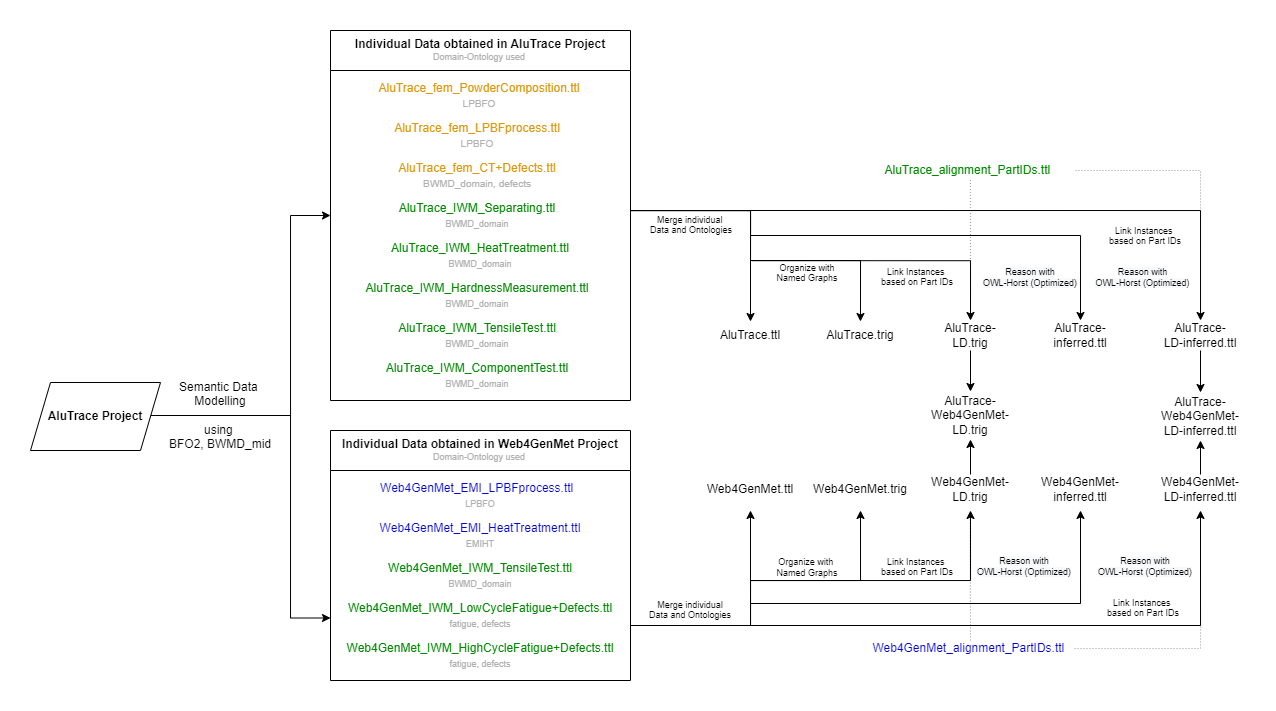
This is doc/Datafiles.png from Mat-O-Lab/AluTrace-Data-and-Documentation, a draw.io export, as it was before one commit. Source tidied: cells renumbered, new cells last; positions are measured from the earlier drawing's top-left corner, leaving out a move shared by most shapes.
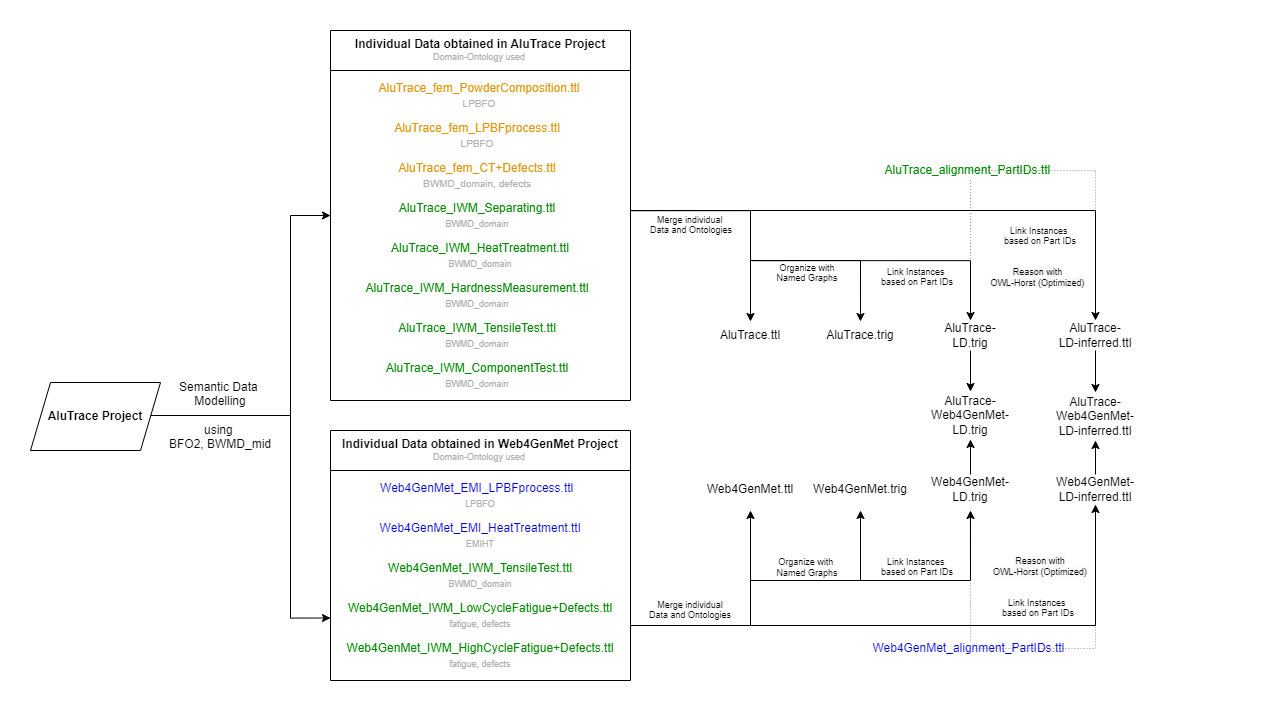
After the change.

The edit, as a diff of the source:
```diff
@@ -7,18 +7,19 @@
     </mxCell>
     <mxCell id="3" style="endArrow=none;html=1;rounded=0;fontSize=9;dashed=1;dashPattern=1 2;strokeColor=#999999;" parent="1" edge="1">
       <mxGeometry relative="1" as="geometry">
-        <mxPoint x="1200" y="250" as="sourcePoint" />
-        <mxPoint x="1075" y="170" as="targetPoint" />
+        <mxPoint x="1095" y="250" as="sourcePoint" />
+        <mxPoint x="970" y="170" as="targetPoint" />
         <Array as="points">
-          <mxPoint x="1200" y="170" />
+          <mxPoint x="1095" y="170" />
         </Array>
       </mxGeometry>
     </mxCell>
-    <mxCell id="4" style="endArrow=none;html=1;rounded=0;fontSize=9;dashed=1;dashPattern=1 2;strokeColor=#999999;" parent="1" edge="1" target="59">
+    <mxCell id="4" style="endArrow=none;html=1;rounded=0;fontSize=9;dashed=1;dashPattern=1 2;strokeColor=#999999;" parent="1" edge="1">
       <mxGeometry relative="1" as="geometry">
-        <mxPoint x="1200" y="530" as="sourcePoint" />
+        <mxPoint x="1095" y="530" as="sourcePoint" />
+        <mxPoint x="967" y="648" as="targetPoint" />
         <Array as="points">
-          <mxPoint x="1200" y="648" />
+          <mxPoint x="1095" y="648" />
         </Array>
       </mxGeometry>
     </mxCell>
@@ -134,18 +135,8 @@
     <mxCell id="31" value="Web4GenMet.ttl" style="text;html=1;strokeColor=none;fillColor=none;align=center;verticalAlign=middle;whiteSpace=wrap;rounded=0;" parent="1" vertex="1">
       <mxGeometry x="690" y="474" width="120" height="30" as="geometry" />
     </mxCell>
-    <mxCell id="32" style="edgeStyle=orthogonalEdgeStyle;rounded=0;orthogonalLoop=1;jettySize=auto;html=1;fontColor=#000000;" parent="1" edge="1">
-      <mxGeometry relative="1" as="geometry">
-        <mxPoint x="750" y="622" as="sourcePoint" />
-        <mxPoint x="1080" y="510" as="targetPoint" />
-        <Array as="points">
-          <mxPoint x="750" y="603" />
-          <mxPoint x="1080" y="603" />
-        </Array>
-      </mxGeometry>
-    </mxCell>
     <mxCell id="33" value="&lt;div style=&quot;font-size: 9px&quot;&gt;Link Instances &lt;br&gt;based on Part IDs&lt;/div&gt;&lt;span style=&quot;font-size: 9px&quot;&gt;&lt;br&gt;&lt;/span&gt;" style="text;html=1;strokeColor=none;fillColor=none;align=center;verticalAlign=middle;whiteSpace=wrap;rounded=0;fontColor=#000000;" parent="1" vertex="1">
-      <mxGeometry x="1087.5" y="590" width="110" height="50" as="geometry" />
+      <mxGeometry x="982.5" y="590" width="110" height="50" as="geometry" />
     </mxCell>
     <mxCell id="34" value="&lt;font face=&quot;helvetica&quot;&gt;Organize with&amp;nbsp;&lt;br&gt;&lt;/font&gt;Named Graphs" style="text;whiteSpace=wrap;html=1;fontSize=9;align=center;" parent="1" vertex="1">
       <mxGeometry x="747" y="550" width="120" height="30" as="geometry" />
@@ -165,9 +156,6 @@
     <mxCell id="36" value="Web4GenMet.trig" style="text;html=1;strokeColor=none;fillColor=none;align=center;verticalAlign=middle;whiteSpace=wrap;rounded=0;" parent="1" vertex="1">
       <mxGeometry x="800" y="474" width="120" height="30" as="geometry" />
     </mxCell>
-    <mxCell id="37" value="Web4GenMet-&lt;br&gt;inferred.ttl" style="text;html=1;strokeColor=none;fillColor=none;align=center;verticalAlign=middle;whiteSpace=wrap;rounded=0;" parent="1" vertex="1">
-      <mxGeometry x="1005" y="474" width="150" height="30" as="geometry" />
-    </mxCell>
     <mxCell id="38" value="AluTrace.trig" style="text;html=1;strokeColor=none;fillColor=none;align=center;verticalAlign=middle;whiteSpace=wrap;rounded=0;" parent="1" vertex="1">
       <mxGeometry x="800" y="320" width="120" height="30" as="geometry" />
     </mxCell>
@@ -194,12 +182,6 @@
         </Array>
       </mxGeometry>
     </mxCell>
-    <mxCell id="42" value="&lt;span style=&quot;color: rgb(0 , 0 , 0) ; font-family: &amp;#34;helvetica&amp;#34; ; font-size: 9px ; font-style: normal ; font-weight: 400 ; letter-spacing: normal ; text-indent: 0px ; text-transform: none ; word-spacing: 0px ; background-color: rgb(248 , 249 , 250) ; display: inline ; float: none&quot;&gt;Reason with&lt;br&gt;OWL-Horst (Optimized)&lt;/span&gt;" style="text;whiteSpace=wrap;html=1;fontSize=9;align=center;" parent="1" vertex="1">
-      <mxGeometry x="969" y="549" width="110" height="30" as="geometry" />
-    </mxCell>
-    <mxCell id="43" value="AluTrace-&lt;br&gt;inferred.ttl" style="text;html=1;strokeColor=none;fillColor=none;align=center;verticalAlign=middle;whiteSpace=wrap;rounded=0;" parent="1" vertex="1">
-      <mxGeometry x="1020" y="320" width="120" height="30" as="geometry" />
-    </mxCell>
     <mxCell id="44" value="AluTrace-&lt;br&gt;LD.trig" style="text;html=1;strokeColor=none;fillColor=none;align=center;verticalAlign=middle;whiteSpace=wrap;rounded=0;" parent="1" vertex="1">
       <mxGeometry x="900" y="320" width="140" height="30" as="geometry" />
     </mxCell>
@@ -221,54 +203,39 @@
     <mxCell id="48" value="&lt;div style=&quot;font-size: 9px&quot;&gt;Link Instances &lt;br&gt;based on Part IDs&lt;/div&gt;&lt;span style=&quot;font-size: 9px&quot;&gt;&lt;br&gt;&lt;/span&gt;" style="text;html=1;strokeColor=none;fillColor=none;align=center;verticalAlign=middle;whiteSpace=wrap;rounded=0;fontColor=#000000;" parent="1" vertex="1">
       <mxGeometry x="867" y="247" width="100" height="73" as="geometry" />
     </mxCell>
-    <mxCell id="49" style="edgeStyle=orthogonalEdgeStyle;rounded=0;orthogonalLoop=1;jettySize=auto;html=1;fontColor=#000000;exitX=1;exitY=0.5;exitDx=0;exitDy=0;" parent="1" edge="1">
-      <mxGeometry relative="1" as="geometry">
-        <mxPoint x="747" y="210" as="sourcePoint" />
-        <mxPoint x="1080" y="320" as="targetPoint" />
-        <Array as="points">
-          <mxPoint x="750" y="210" />
-          <mxPoint x="750" y="235" />
-          <mxPoint x="1080" y="235" />
-        </Array>
-      </mxGeometry>
-    </mxCell>
     <mxCell id="50" value="&lt;div style=&quot;font-size: 9px&quot;&gt;Link Instances &lt;br&gt;based on Part IDs&lt;/div&gt;&lt;span style=&quot;font-size: 9px&quot;&gt;&lt;br&gt;&lt;/span&gt;" style="text;html=1;strokeColor=none;fillColor=none;align=center;verticalAlign=middle;whiteSpace=wrap;rounded=0;fontColor=#000000;" parent="1" vertex="1">
-      <mxGeometry x="1090" y="218" width="110" height="50" as="geometry" />
+      <mxGeometry x="985" y="218" width="110" height="50" as="geometry" />
     </mxCell>
-    <mxCell id="51" style="edgeStyle=orthogonalEdgeStyle;rounded=0;jettySize=auto;html=1;fontColor=#000000;" parent="1" edge="1" target="53">
+    <mxCell id="51" style="edgeStyle=orthogonalEdgeStyle;rounded=0;jettySize=auto;html=1;fontColor=#000000;entryX=0.5;entryY=0;entryDx=0;entryDy=0;" parent="1" edge="1" target="53">
       <mxGeometry relative="1" as="geometry">
         <mxPoint x="750" y="210" as="sourcePoint" />
         <Array as="points">
-          <mxPoint x="1200" y="210" />
+          <mxPoint x="1095" y="210" />
         </Array>
       </mxGeometry>
     </mxCell>
     <mxCell id="52" value="&lt;span style=&quot;color: rgb(0 , 0 , 0) ; font-family: &amp;#34;helvetica&amp;#34; ; font-size: 9px ; font-style: normal ; font-weight: 400 ; letter-spacing: normal ; text-indent: 0px ; text-transform: none ; word-spacing: 0px ; background-color: rgb(248 , 249 , 250) ; display: inline ; float: none&quot;&gt;Reason with&lt;br&gt;OWL-Horst (Optimized)&lt;/span&gt;" style="text;whiteSpace=wrap;html=1;fontSize=9;align=center;" parent="1" vertex="1">
-      <mxGeometry x="1085" y="260" width="115" height="30" as="geometry" />
+      <mxGeometry x="980" y="260" width="115" height="30" as="geometry" />
     </mxCell>
     <mxCell id="53" value="AluTrace-&lt;br&gt;LD-inferred.ttl" style="text;html=1;strokeColor=none;fillColor=none;align=center;verticalAlign=middle;whiteSpace=wrap;rounded=0;" parent="1" vertex="1">
-      <mxGeometry x="1140" y="320" width="120" height="30" as="geometry" />
+      <mxGeometry x="1035" y="320" width="120" height="30" as="geometry" />
     </mxCell>
-    <mxCell id="54" value="&lt;span style=&quot;color: rgb(0 , 0 , 0) ; font-family: &amp;#34;helvetica&amp;#34; ; font-size: 9px ; font-style: normal ; font-weight: 400 ; letter-spacing: normal ; text-indent: 0px ; text-transform: none ; word-spacing: 0px ; background-color: rgb(248 , 249 , 250) ; display: inline ; float: none&quot;&gt;Reason with&lt;br&gt;OWL-Horst (Optimized)&lt;/span&gt;" style="text;whiteSpace=wrap;html=1;fontSize=9;align=center;" parent="1" vertex="1">
-      <mxGeometry x="975" y="260" width="110" height="30" as="geometry" />
-    </mxCell>
     <mxCell id="55" value="&lt;div style=&quot;font-size: 9px&quot;&gt;Link Instances &lt;br&gt;based on Part IDs&lt;/div&gt;&lt;span style=&quot;font-size: 9px&quot;&gt;&lt;br&gt;&lt;/span&gt;" style="text;html=1;strokeColor=none;fillColor=none;align=center;verticalAlign=middle;whiteSpace=wrap;rounded=0;fontColor=#000000;" parent="1" vertex="1">
       <mxGeometry x="867" y="537" width="100" height="73" as="geometry" />
     </mxCell>
-    <mxCell id="56" style="edgeStyle=orthogonalEdgeStyle;rounded=0;orthogonalLoop=1;jettySize=auto;html=1;fontColor=#000000;" parent="1" edge="1">
+    <mxCell id="56" style="edgeStyle=orthogonalEdgeStyle;rounded=0;jettySize=auto;html=1;fontColor=#000000;entryX=0.5;entryY=1;entryDx=0;entryDy=0;" parent="1" edge="1" target="58">
       <mxGeometry relative="1" as="geometry">
         <mxPoint x="630" y="625" as="sourcePoint" />
-        <mxPoint x="1200" y="510" as="targetPoint" />
         <Array as="points">
-          <mxPoint x="1200" y="625" />
+          <mxPoint x="1095" y="625" />
         </Array>
       </mxGeometry>
     </mxCell>
     <mxCell id="57" value="&lt;span style=&quot;color: rgb(0 , 0 , 0) ; font-family: &amp;#34;helvetica&amp;#34; ; font-size: 9px ; font-style: normal ; font-weight: 400 ; letter-spacing: normal ; text-indent: 0px ; text-transform: none ; word-spacing: 0px ; background-color: rgb(248 , 249 , 250) ; display: inline ; float: none&quot;&gt;Reason with&lt;br&gt;OWL-Horst (Optimized)&lt;/span&gt;" style="text;whiteSpace=wrap;html=1;fontSize=9;align=center;" parent="1" vertex="1">
-      <mxGeometry x="1090" y="549" width="110" height="30" as="geometry" />
+      <mxGeometry x="985" y="549" width="110" height="30" as="geometry" />
     </mxCell>
     <mxCell id="58" value="Web4GenMet-&lt;br&gt;LD-inferred.ttl" style="text;html=1;strokeColor=none;fillColor=none;align=center;verticalAlign=middle;whiteSpace=wrap;rounded=0;" parent="1" vertex="1">
-      <mxGeometry x="1125" y="474" width="150" height="30" as="geometry" />
+      <mxGeometry x="1020" y="474" width="150" height="30" as="geometry" />
     </mxCell>
     <mxCell id="59" value="&lt;font color=&quot;#0000d9&quot;&gt;Web4GenMet_alignment_PartIDs.ttl&amp;nbsp;&lt;/font&gt;" style="text;html=1;strokeColor=none;fillColor=none;align=center;verticalAlign=middle;whiteSpace=wrap;rounded=0;" parent="1" vertex="1">
       <mxGeometry x="868" y="633" width="204" height="30" as="geometry" />
@@ -289,16 +256,16 @@
       <mxGeometry x="30" y="382" width="130" height="68" as="geometry" />
     </mxCell>
     <mxCell id="65" value="AluTrace-Web4GenMet-&lt;br&gt;LD-inferred.ttl" style="text;html=1;strokeColor=none;fillColor=none;align=center;verticalAlign=middle;whiteSpace=wrap;rounded=0;" parent="1" vertex="1">
-      <mxGeometry x="1140" y="392" width="120" height="48" as="geometry" />
+      <mxGeometry x="1035" y="392" width="120" height="48" as="geometry" />
     </mxCell>
     <mxCell id="66" style="endArrow=classic;html=1;rounded=0;fontSize=9;fontColor=#008A00;strokeColor=#000000;entryX=0.5;entryY=0;entryDx=0;entryDy=0;exitX=0.5;exitY=1;exitDx=0;exitDy=0;" parent="1" edge="1" target="65">
       <mxGeometry relative="1" as="geometry">
-        <mxPoint x="1200" y="350" as="sourcePoint" />
+        <mxPoint x="1095" y="350" as="sourcePoint" />
       </mxGeometry>
     </mxCell>
     <mxCell id="67" style="endArrow=classic;html=1;rounded=0;fontSize=9;fontColor=#008A00;strokeColor=#000000;entryX=0.5;entryY=1;entryDx=0;entryDy=0;" parent="1" edge="1" target="65">
       <mxGeometry relative="1" as="geometry">
-        <mxPoint x="1200" y="474" as="sourcePoint" />
+        <mxPoint x="1095" y="474" as="sourcePoint" />
       </mxGeometry>
     </mxCell>
   </root>
```
